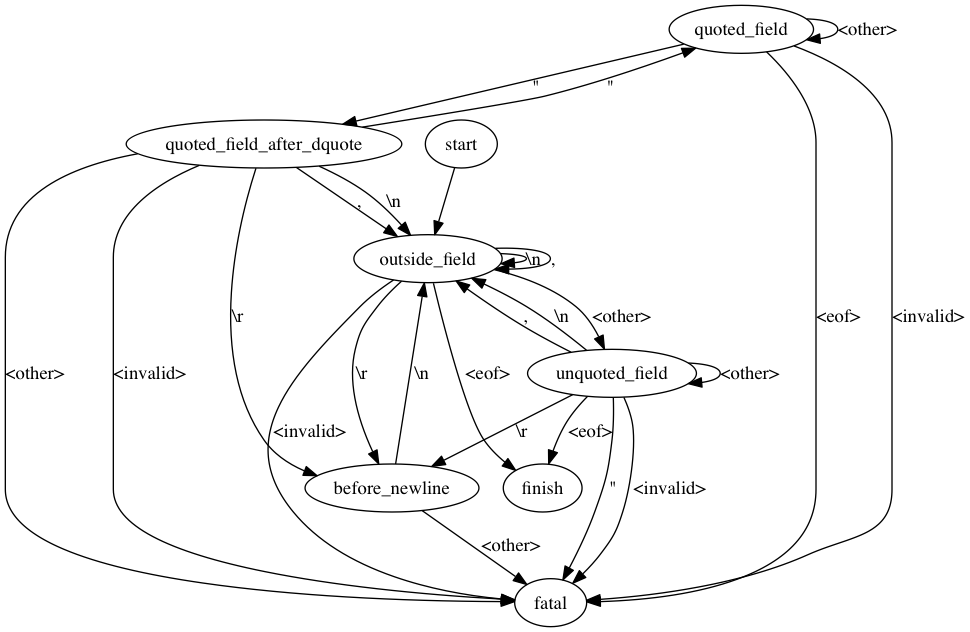
Above: src/fast-csv-to-tsv/state.png in clarkgrubb/data-tools (Graphviz), before the change. Its source is kept beside it as src/fast-csv-to-tsv/state.dot.
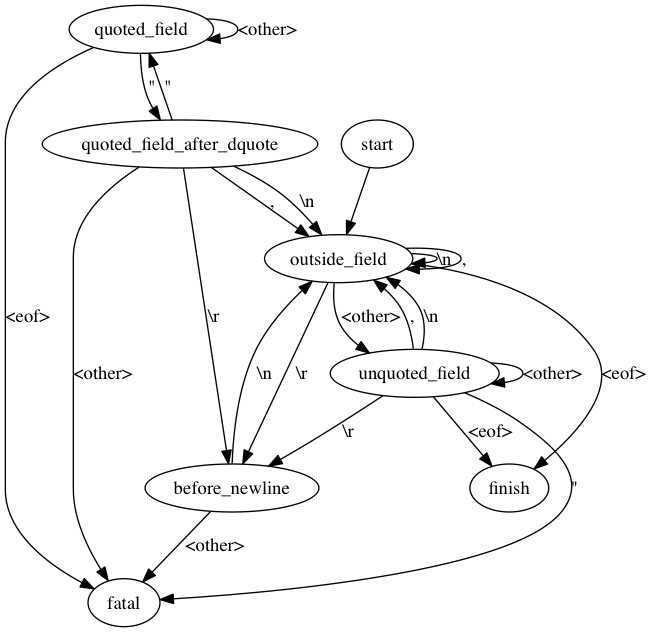
After the commit.

Commit message:
fast-csv-to-tsv rm <invalid> transition

Change to the diagram source:
```diff
@@ -5,7 +5,6 @@
         outside_field -> before_newline [label="\\r"];
         outside_field -> outside_field [label=","];
         outside_field -> finish [label="<eof>"];
-        outside_field -> fatal [label="<invalid>"];
         outside_field -> unquoted_field [label="<other>"];
 
         unquoted_field -> outside_field [label=","];
@@ -14,19 +13,16 @@
         unquoted_field -> unquoted_field [label="<other>"];
         unquoted_field -> finish [label="<eof>"];
         unquoted_field -> fatal [label="\""];
-        unquoted_field -> fatal [label="<invalid>"];
 
         quoted_field -> quoted_field [label="<other>"];
         quoted_field -> quoted_field_after_dquote [label="\""];
         quoted_field -> fatal [label="<eof>"];
-        quoted_field -> fatal [label="<invalid>"];
 
         quoted_field_after_dquote -> quoted_field [label="\""];
         quoted_field_after_dquote -> outside_field [label=","];
         quoted_field_after_dquote -> outside_field [label="\\n"];
         quoted_field_after_dquote -> before_newline [label="\\r"];
         quoted_field_after_dquote -> fatal [label="<other>"];
-        quoted_field_after_dquote -> fatal [label="<invalid>"];
 
         before_newline -> outside_field [label="\\n"];
         before_newline -> fatal [label="<other>"];
```
